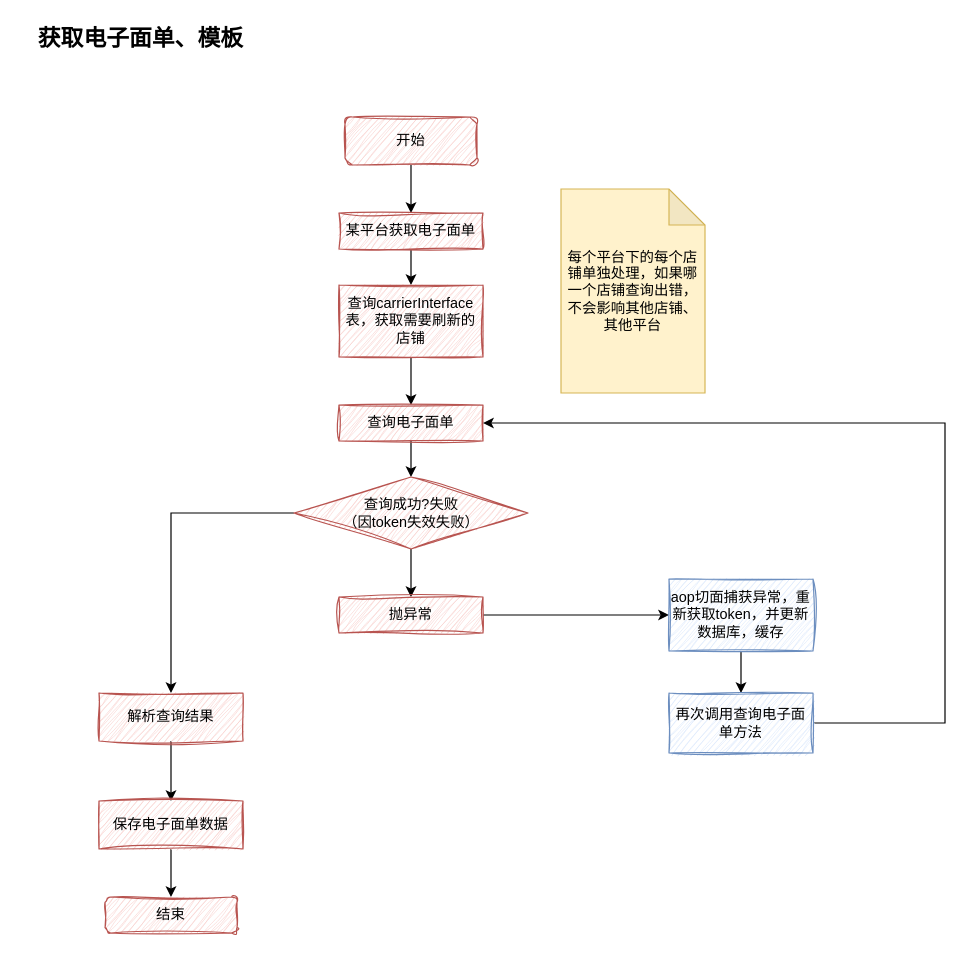
The draw.io diagram page "同步数据" (3 of 7) of token同步.drawio in pipisay/draw, before the edit. Source tidied: cells renumbered, new cells numbered last; positions are measured from the earlier drawing's top-left corner, leaving out a move shared by most shapes. Both pictures are drawn from the tidied source at 120%, with x=0, y=0 at pixel (20, 20).
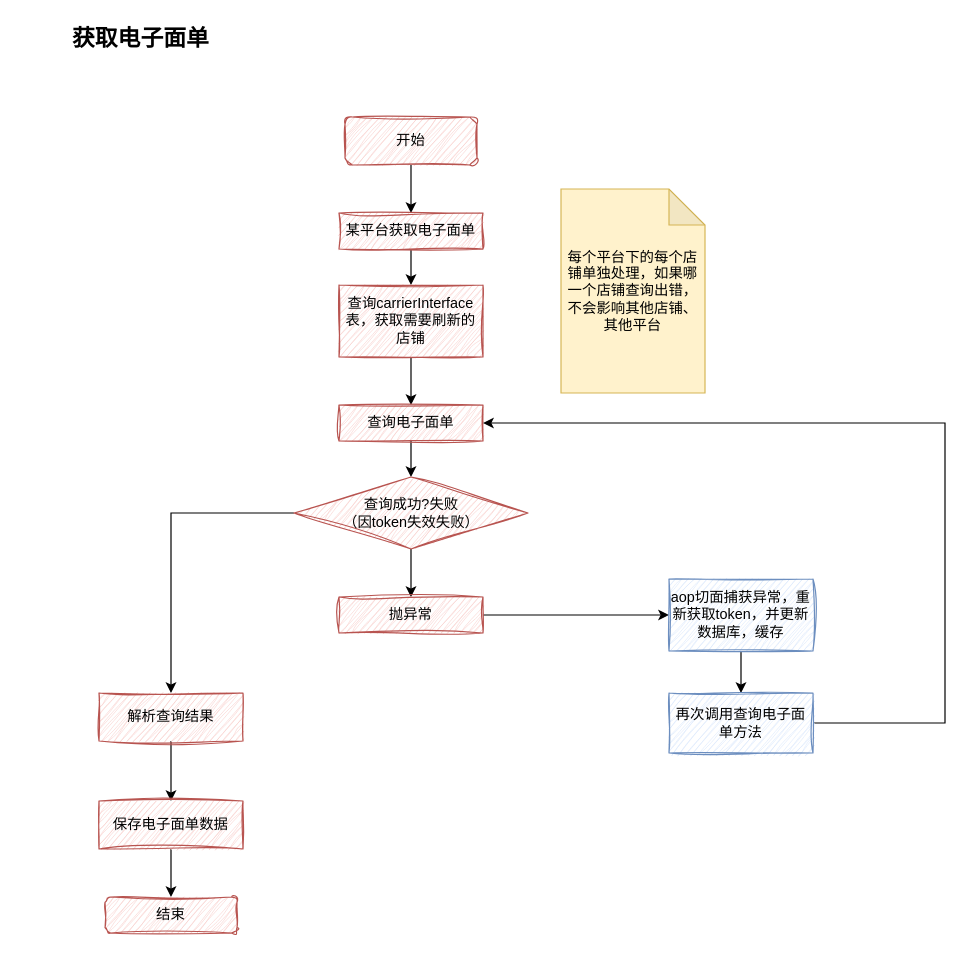
The same diagram, later.

What changed in the source:
```diff
@@
-    <mxCell id="2" value="&lt;b&gt;&lt;font style=&quot;font-size: 19px;&quot;&gt;获取电子面单、模板&lt;/font&gt;&lt;/b&gt;" style="text;html=1;strokeColor=none;fillColor=none;align=center;verticalAlign=middle;whiteSpace=wrap;rounded=0;" parent="1" vertex="1">
+    <mxCell id="2" value="&lt;b&gt;&lt;font style=&quot;font-size: 19px;&quot;&gt;获取电子面单&lt;br&gt;&lt;/font&gt;&lt;/b&gt;" style="text;html=1;strokeColor=none;fillColor=none;align=center;verticalAlign=middle;whiteSpace=wrap;rounded=0;" parent="1" vertex="1">
       <mxGeometry width="200" height="30" as="geometry" />
     </mxCell>
```
